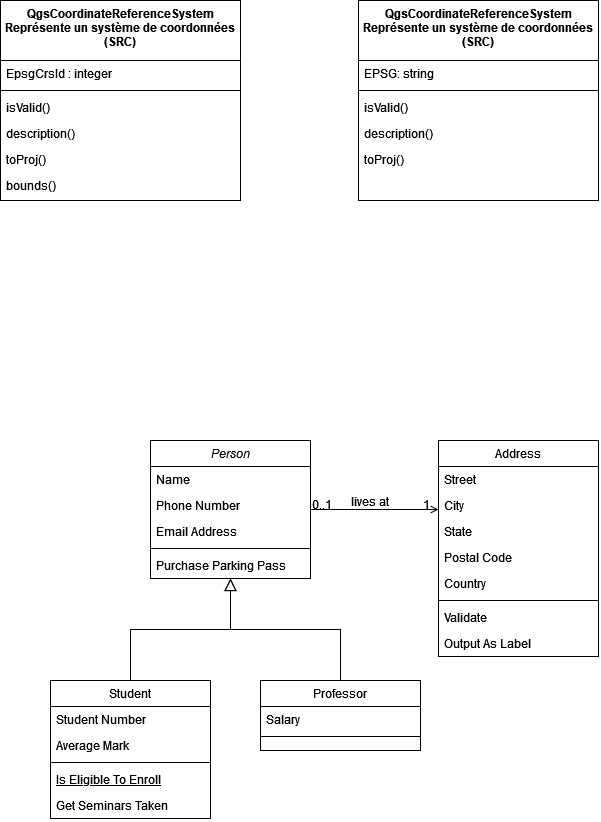
Before: classes_QGIS.png, a diagram exported from draw.io (leonielrx/ProjetInfo_DoGeo). Source tidied: cells renumbered, new cells last; positions are measured from the earlier drawing's top-left corner, leaving out a move shared by most shapes.
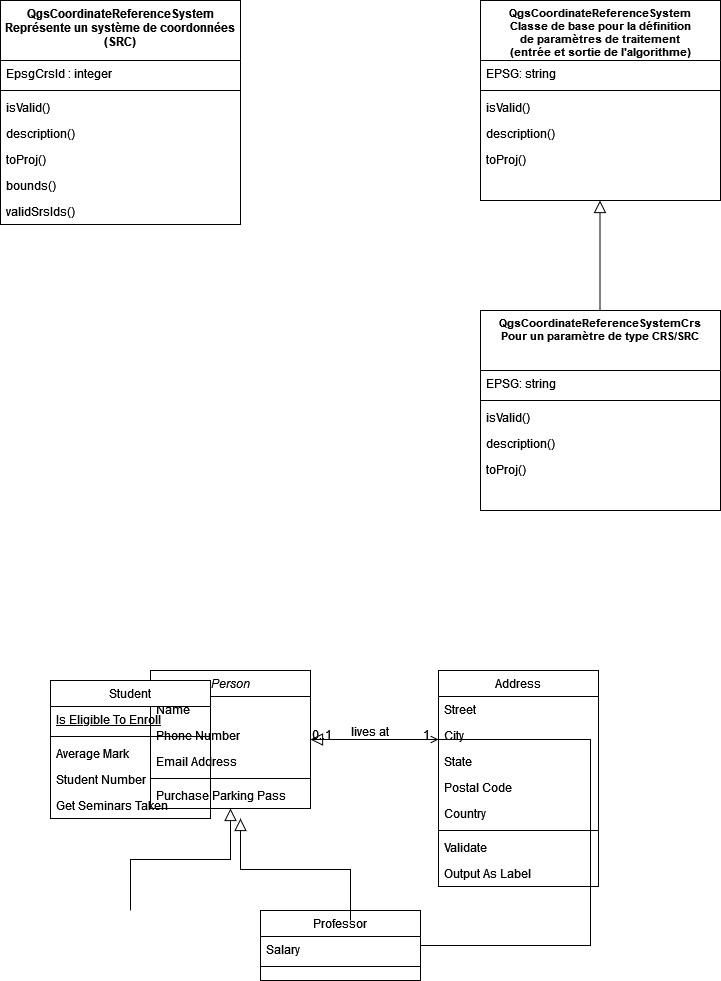
The same diagram one commit later.

Commit message:
Mettre à jour classes_QGIS.png

Diff of the diagram source:
```diff
@@ -3,7 +3,7 @@
     <mxCell id="0" />
     <mxCell id="1" parent="0" />
     <mxCell id="2" value="Person" style="swimlane;fontStyle=2;align=center;verticalAlign=top;horizontal=1;startSize=26;rounded=0;shadow=0;strokeWidth=1;" parent="1" vertex="1">
-      <mxGeometry x="150" y="440" width="160" height="138" as="geometry" />
+      <mxGeometry x="150" y="670" width="160" height="138" as="geometry" />
     </mxCell>
     <mxCell id="3" value="Name" style="text;align=left;verticalAlign=top;spacingLeft=4;spacingRight=4;overflow=hidden;" parent="2" vertex="1">
       <mxGeometry y="26" width="160" height="26" as="geometry" />
@@ -23,26 +23,28 @@
     <mxCell id="8" value="Student" style="swimlane;fontStyle=0;align=center;verticalAlign=top;horizontal=1;startSize=26;rounded=0;shadow=0;strokeWidth=1;" parent="1" vertex="1">
       <mxGeometry x="50" y="680" width="160" height="138" as="geometry" />
     </mxCell>
+    <mxCell id="12" value="Is Eligible To Enroll" style="text;align=left;verticalAlign=top;spacingLeft=4;spacingRight=4;overflow=hidden;fontStyle=4;" parent="8" vertex="1">
+      <mxGeometry y="26" width="160" height="26" as="geometry" />
+    </mxCell>
+    <mxCell id="11" style="line;html=1;strokeWidth=1;align=left;verticalAlign=middle;spacingTop=-1;spacingLeft=3;spacingRight=3;labelPosition=right;" parent="8" vertex="1">
+      <mxGeometry y="52" width="160" height="8" as="geometry" />
+    </mxCell>
+    <mxCell id="10" value="Average Mark" style="text;align=left;verticalAlign=top;spacingLeft=4;spacingRight=4;overflow=hidden;rounded=0;shadow=0;html=0;" parent="8" vertex="1">
+      <mxGeometry y="60" width="160" height="26" as="geometry" />
+    </mxCell>
     <mxCell id="9" value="Student Number" style="text;align=left;verticalAlign=top;spacingLeft=4;spacingRight=4;overflow=hidden;" parent="8" vertex="1">
-      <mxGeometry y="26" width="160" height="26" as="geometry" />
+      <mxGeometry y="86" width="160" height="26" as="geometry" />
     </mxCell>
-    <mxCell id="10" value="Average Mark" style="text;align=left;verticalAlign=top;spacingLeft=4;spacingRight=4;overflow=hidden;rounded=0;shadow=0;html=0;" parent="8" vertex="1">
-      <mxGeometry y="52" width="160" height="26" as="geometry" />
-    </mxCell>
-    <mxCell id="11" style="line;html=1;strokeWidth=1;align=left;verticalAlign=middle;spacingTop=-1;spacingLeft=3;spacingRight=3;labelPosition=right;" parent="8" vertex="1">
-      <mxGeometry y="78" width="160" height="8" as="geometry" />
-    </mxCell>
-    <mxCell id="12" value="Is Eligible To Enroll" style="text;align=left;verticalAlign=top;spacingLeft=4;spacingRight=4;overflow=hidden;fontStyle=4;" parent="8" vertex="1">
-      <mxGeometry y="86" width="160" height="26" as="geometry" />
-    </mxCell>
     <mxCell id="13" value="Get Seminars Taken" style="text;align=left;verticalAlign=top;spacingLeft=4;spacingRight=4;overflow=hidden;" parent="8" vertex="1">
       <mxGeometry y="112" width="160" height="26" as="geometry" />
     </mxCell>
-    <mxCell id="14" style="endArrow=block;endSize=10;endFill=0;shadow=0;strokeWidth=1;rounded=0;curved=0;edgeStyle=elbowEdgeStyle;elbow=vertical;" parent="1" edge="1" source="8" target="2">
-      <mxGeometry relative="1" as="geometry" />
+    <mxCell id="14" style="endArrow=block;endSize=10;endFill=0;shadow=0;strokeWidth=1;rounded=0;curved=0;edgeStyle=elbowEdgeStyle;elbow=vertical;" parent="1" edge="1" target="2">
+      <mxGeometry relative="1" as="geometry">
+        <mxPoint x="130" y="910" as="sourcePoint" />
+      </mxGeometry>
     </mxCell>
     <mxCell id="15" value="Professor" style="swimlane;fontStyle=0;align=center;verticalAlign=top;horizontal=1;startSize=26;rounded=0;shadow=0;strokeWidth=1;" parent="1" vertex="1">
-      <mxGeometry x="260" y="680" width="160" height="70" as="geometry" />
+      <mxGeometry x="260" y="910" width="160" height="70" as="geometry" />
     </mxCell>
     <mxCell id="16" value="Salary" style="text;align=left;verticalAlign=top;spacingLeft=4;spacingRight=4;overflow=hidden;" parent="15" vertex="1">
       <mxGeometry y="26" width="160" height="26" as="geometry" />
@@ -51,10 +53,14 @@
       <mxGeometry y="52" width="160" height="8" as="geometry" />
     </mxCell>
     <mxCell id="18" style="endArrow=block;endSize=10;endFill=0;shadow=0;strokeWidth=1;rounded=0;curved=0;edgeStyle=elbowEdgeStyle;elbow=vertical;" parent="1" edge="1" source="15" target="2">
-      <mxGeometry relative="1" as="geometry" />
+      <mxGeometry relative="1" as="geometry">
+        <Array as="points">
+          <mxPoint x="590" y="520" />
+        </Array>
+      </mxGeometry>
     </mxCell>
     <mxCell id="19" value="Address" style="swimlane;fontStyle=0;align=center;verticalAlign=top;horizontal=1;startSize=26;rounded=0;shadow=0;strokeWidth=1;" parent="1" vertex="1">
-      <mxGeometry x="438" y="440" width="160" height="216" as="geometry" />
+      <mxGeometry x="438" y="670" width="160" height="216" as="geometry" />
     </mxCell>
     <mxCell id="20" value="Street" style="text;align=left;verticalAlign=top;spacingLeft=4;spacingRight=4;overflow=hidden;" parent="19" vertex="1">
       <mxGeometry y="26" width="160" height="26" as="geometry" />
@@ -101,7 +107,7 @@
       </mxGeometry>
     </mxCell>
     <mxCell id="32" value="QgsCoordinateReferenceSystem&#10;Représente un système de coordonnées &#10;(SRC)&#10;" style="swimlane;fontStyle=1;align=center;verticalAlign=top;horizontal=1;startSize=60;rounded=0;shadow=0;strokeWidth=1;fontSize=12;" parent="1" vertex="1">
-      <mxGeometry width="240" height="200" as="geometry" />
+      <mxGeometry width="240" height="224" as="geometry" />
     </mxCell>
     <mxCell id="33" value="EpsgCrsId : integer&#10;" style="text;align=left;verticalAlign=top;spacingLeft=4;spacingRight=4;overflow=hidden;rounded=0;shadow=0;html=0;" parent="32" vertex="1">
       <mxGeometry y="60" width="240" height="26" as="geometry" />
@@ -121,8 +127,11 @@
     <mxCell id="38" value="bounds()" style="text;align=left;verticalAlign=top;spacingLeft=4;spacingRight=4;overflow=hidden;rounded=0;shadow=0;html=0;" parent="32" vertex="1">
       <mxGeometry y="172" width="240" height="26" as="geometry" />
     </mxCell>
+    <mxCell id="45" value="validSrsIds() " style="text;align=left;verticalAlign=top;spacingLeft=4;spacingRight=4;overflow=hidden;rounded=0;shadow=0;html=0;" parent="32" vertex="1">
+      <mxGeometry y="198" width="240" height="26" as="geometry" />
+    </mxCell>
-    <mxCell id="39" value="QgsCoordinateReferenceSystem&#10;Représente un système de coordonnées &#10;(SRC)&#10;" style="swimlane;fontStyle=1;align=center;verticalAlign=top;horizontal=1;startSize=60;rounded=0;shadow=0;strokeWidth=1;fontSize=12;" parent="1" vertex="1">
-      <mxGeometry x="358" width="240" height="200" as="geometry" />
+    <mxCell id="39" value="QgsCoordinateReferenceSystem&#10;Classe de base pour la définition &#10;de paramètres de traitement &#10;(entrée et sortie de l'algorithme)&#10;" style="swimlane;fontStyle=1;align=center;verticalAlign=top;horizontal=1;startSize=60;rounded=0;shadow=0;strokeWidth=1;fontSize=11;" parent="1" vertex="1">
+      <mxGeometry x="480" width="240" height="200" as="geometry" />
     </mxCell>
     <mxCell id="40" value="EPSG: string" style="text;align=left;verticalAlign=top;spacingLeft=4;spacingRight=4;overflow=hidden;rounded=0;shadow=0;html=0;" parent="39" vertex="1">
       <mxGeometry y="60" width="240" height="26" as="geometry" />
@@ -139,5 +148,38 @@
     <mxCell id="44" value="toProj()" style="text;align=left;verticalAlign=top;spacingLeft=4;spacingRight=4;overflow=hidden;rounded=0;shadow=0;html=0;" parent="39" vertex="1">
       <mxGeometry y="146" width="240" height="26" as="geometry" />
     </mxCell>
+    <mxCell id="46" style="endArrow=block;endSize=10;endFill=0;shadow=0;strokeWidth=1;rounded=0;curved=0;edgeStyle=elbowEdgeStyle;elbow=vertical;" parent="1" edge="1">
+      <mxGeometry relative="1" as="geometry">
+        <mxPoint x="350" y="920" as="sourcePoint" />
+        <mxPoint x="240" y="818" as="targetPoint" />
+      </mxGeometry>
+    </mxCell>
+    <mxCell id="47" style="endArrow=block;endSize=10;endFill=0;shadow=0;strokeWidth=1;rounded=0;curved=0;edgeStyle=elbowEdgeStyle;elbow=vertical;" parent="1" edge="1">
+      <mxGeometry relative="1" as="geometry">
+        <mxPoint x="599.5" y="310" as="sourcePoint" />
+        <mxPoint x="599.5" y="200" as="targetPoint" />
+        <Array as="points">
+          <mxPoint x="651.5" y="260" />
+        </Array>
+      </mxGeometry>
+    </mxCell>
+    <mxCell id="48" value="QgsCoordinateReferenceSystemCrs&#10;Pour un paramètre de type CRS/SRC&#10;" style="swimlane;fontStyle=1;align=center;verticalAlign=top;horizontal=1;startSize=60;rounded=0;shadow=0;strokeWidth=1;fontSize=11;" parent="1" vertex="1">
+      <mxGeometry x="480" y="310" width="240" height="200" as="geometry" />
+    </mxCell>
+    <mxCell id="49" value="EPSG: string" style="text;align=left;verticalAlign=top;spacingLeft=4;spacingRight=4;overflow=hidden;rounded=0;shadow=0;html=0;" parent="48" vertex="1">
+      <mxGeometry y="60" width="240" height="26" as="geometry" />
+    </mxCell>
+    <mxCell id="50" style="line;html=1;strokeWidth=1;align=left;verticalAlign=middle;spacingTop=-1;spacingLeft=3;spacingRight=3;labelPosition=right;" parent="48" vertex="1">
+      <mxGeometry y="86" width="240" height="8" as="geometry" />
+    </mxCell>
+    <mxCell id="51" value="isValid()" style="text;align=left;verticalAlign=top;spacingLeft=4;spacingRight=4;overflow=hidden;" parent="48" vertex="1">
+      <mxGeometry y="94" width="240" height="26" as="geometry" />
+    </mxCell>
+    <mxCell id="52" value="description()" style="text;align=left;verticalAlign=top;spacingLeft=4;spacingRight=4;overflow=hidden;rounded=0;shadow=0;html=0;" parent="48" vertex="1">
+      <mxGeometry y="120" width="240" height="26" as="geometry" />
+    </mxCell>
+    <mxCell id="53" value="toProj()" style="text;align=left;verticalAlign=top;spacingLeft=4;spacingRight=4;overflow=hidden;rounded=0;shadow=0;html=0;" parent="48" vertex="1">
+      <mxGeometry y="146" width="240" height="26" as="geometry" />
+    </mxCell>
   </root>
 </mxGraphModel>
```
